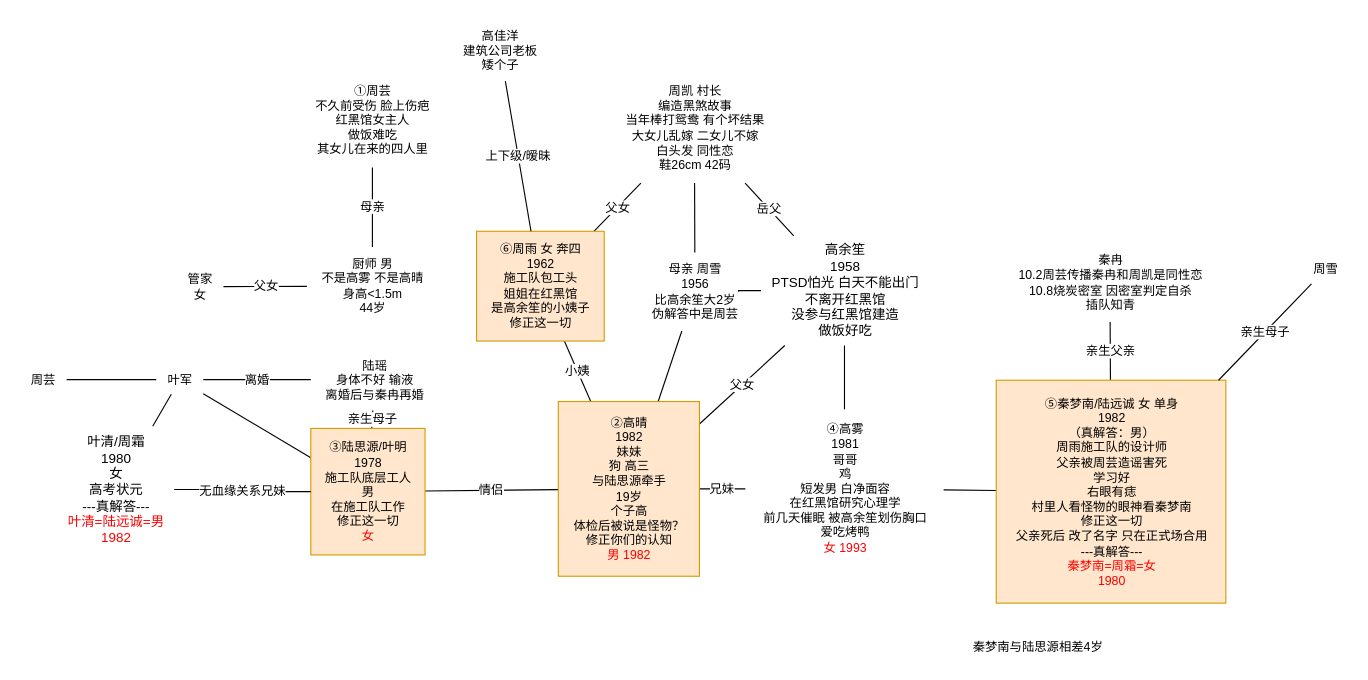
Above: page "红黑馆" (14 of 16) of 剧本杀人物关系【总图】.drawio in luboq/draw.io (draw.io), before the change. Source tidied: cells renumbered, new cells numbered last; positions are measured from the earlier drawing's top-left corner, leaving out a move shared by most shapes. Both pictures are drawn from the tidied source at 112%, with x=0, y=0 at pixel (19, 19).
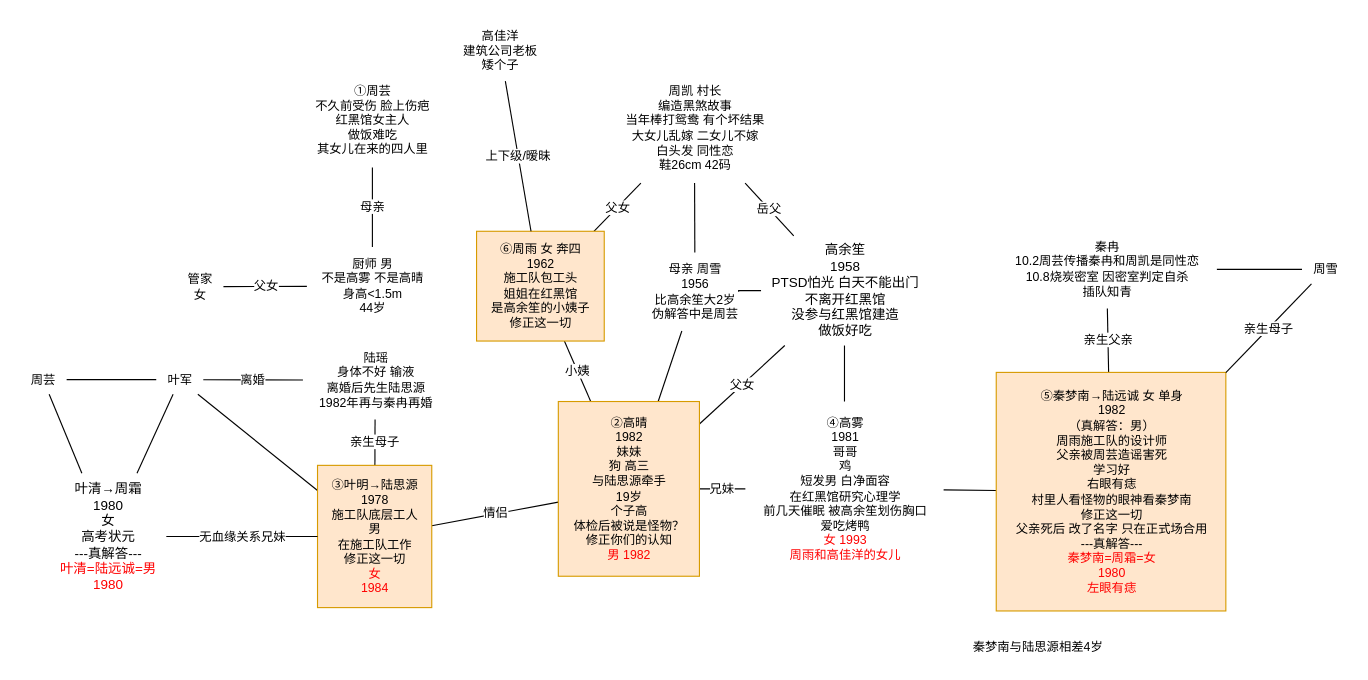
The same diagram, later.

Commit message:
更新剧本杀人物关系【总图】.drawio

The change refers to these unchanged cells:
```xml
<mxCell id="37" value="周芸" style="text;html=1;align=center;verticalAlign=middle;points=[];strokeColor=none;fillColor=none;fontSize=11;fontFamily=Helvetica;fontColor=default;" parent="1" vertex="1">
  <mxGeometry y="308.5" width="42" height="26" as="geometry" />
</mxCell>
<mxCell id="39" value="周雪" style="text;html=1;align=center;verticalAlign=middle;points=[];strokeColor=none;fillColor=none;fontSize=11;fontFamily=Helvetica;fontColor=default;" parent="1" vertex="1">
  <mxGeometry x="1145" y="210" width="42" height="26" as="geometry" />
</mxCell>
```

Diff of the diagram source:
```diff
@@
-    <mxCell id="16" value="④高雾&lt;br&gt;1981&lt;br&gt;哥哥&lt;br&gt;鸡&lt;br&gt;短发男 白净面容&lt;br&gt;在红黑馆研究心理学&lt;br&gt;前几天催眠 被高余笙划伤胸口&lt;br&gt;爱吃烤鸭&lt;br&gt;&lt;font color=&quot;#ff0000&quot;&gt;女 1993&lt;/font&gt;" style="text;html=1;align=center;verticalAlign=middle;points=[];strokeColor=none;fillColor=none;fontSize=11;fontFamily=Helvetica;fontColor=default;" parent="1" vertex="1">
-      <mxGeometry x="648" y="348" width="177" height="142" as="geometry" />
+    <mxCell id="16" value="④高雾&lt;br&gt;1981&lt;br&gt;哥哥&lt;br&gt;鸡&lt;br&gt;短发男 白净面容&lt;br&gt;在红黑馆研究心理学&lt;br&gt;前几天催眠 被高余笙划伤胸口&lt;br&gt;爱吃烤鸭&lt;br&gt;&lt;font color=&quot;#ff0000&quot;&gt;女 1993&lt;br&gt;周雨和高佳洋的女儿&lt;br&gt;&lt;/font&gt;" style="text;html=1;align=center;verticalAlign=middle;points=[];strokeColor=none;fillColor=none;fontSize=11;fontFamily=Helvetica;fontColor=default;" parent="1" vertex="1">
+      <mxGeometry x="648" y="341" width="177" height="156" as="geometry" />
     </mxCell>
@@
-    <mxCell id="19" value="③陆思源/叶明&lt;br&gt;1978&lt;br&gt;施工队底层工人&lt;br&gt;男&lt;br&gt;在施工队工作&lt;br&gt;修正这一切&lt;br&gt;&lt;font color=&quot;#ff0000&quot;&gt;女&lt;/font&gt;" style="text;html=1;align=center;verticalAlign=middle;points=[];strokeColor=#d79b00;fillColor=#ffe6cc;fontSize=11;fontFamily=Helvetica;" parent="1" vertex="1">
-      <mxGeometry x="260" y="365" width="102" height="113" as="geometry" />
+    <mxCell id="19" value="③叶明→陆思源&lt;br&gt;1978&lt;br&gt;施工队底层工人&lt;br&gt;男&lt;br&gt;在施工队工作&lt;br&gt;修正这一切&lt;br&gt;&lt;font color=&quot;#ff0000&quot;&gt;女&lt;br&gt;1984&lt;br&gt;&lt;/font&gt;" style="text;html=1;align=center;verticalAlign=middle;points=[];strokeColor=#d79b00;fillColor=#ffe6cc;fontSize=11;fontFamily=Helvetica;" parent="1" vertex="1">
+      <mxGeometry x="266" y="398" width="102" height="127" as="geometry" />
     </mxCell>
@@
-    <mxCell id="21" value="⑤秦梦南/陆远诚 女 单身&lt;br&gt;1982&lt;br&gt;（真解答：男）&lt;br&gt;&lt;div&gt;周雨施工队的设计师&lt;/div&gt;&lt;div&gt;父亲被周芸造谣害死&lt;/div&gt;&lt;div&gt;学习好&lt;/div&gt;&lt;div&gt;右眼有痣&lt;/div&gt;&lt;div&gt;村里人看怪物的眼神看秦梦南&lt;/div&gt;&lt;div&gt;修正这一切&lt;/div&gt;&lt;div&gt;父亲死后 改了名字 只在正式场合用&lt;/div&gt;&lt;div&gt;---真解答---&lt;br&gt;&lt;/div&gt;&lt;font color=&quot;#ff0000&quot;&gt;秦梦南=&lt;span style=&quot;background-color: initial;&quot;&gt;周霜=女&lt;br&gt;1980&lt;br&gt;&lt;/span&gt;&lt;/font&gt;" style="text;html=1;align=center;verticalAlign=middle;points=[];strokeColor=#d79b00;fillColor=#ffe6cc;fontSize=11;fontFamily=Helvetica;" parent="1" vertex="1">
-      <mxGeometry x="872" y="322" width="205" height="199" as="geometry" />
+    <mxCell id="21" value="⑤秦梦南→陆远诚 女 单身&lt;br&gt;1982&lt;br&gt;（真解答：男）&lt;br&gt;&lt;div&gt;周雨施工队的设计师&lt;/div&gt;&lt;div&gt;父亲被周芸造谣害死&lt;/div&gt;&lt;div&gt;学习好&lt;/div&gt;&lt;div&gt;右眼有痣&lt;/div&gt;&lt;div&gt;村里人看怪物的眼神看秦梦南&lt;/div&gt;&lt;div&gt;修正这一切&lt;/div&gt;&lt;div&gt;父亲死后 改了名字 只在正式场合用&lt;/div&gt;&lt;div&gt;---真解答---&lt;br&gt;&lt;/div&gt;&lt;font color=&quot;#ff0000&quot;&gt;秦梦南=&lt;span style=&quot;background-color: initial;&quot;&gt;周霜=女&lt;br&gt;1980&lt;br&gt;左眼有痣&lt;br&gt;&lt;/span&gt;&lt;/font&gt;" style="text;html=1;align=center;verticalAlign=middle;points=[];strokeColor=#d79b00;fillColor=#ffe6cc;fontSize=11;fontFamily=Helvetica;" parent="1" vertex="1">
+      <mxGeometry x="872" y="315" width="205" height="213" as="geometry" />
     </mxCell>
+    <mxCell id="43" style="edgeStyle=none;shape=connector;rounded=0;jettySize=auto;html=1;labelBackgroundColor=default;strokeColor=default;align=center;verticalAlign=middle;fontFamily=Helvetica;fontSize=11;fontColor=default;endArrow=none;endFill=0;" parent="1" edge="1" source="22" target="39">
+      <mxGeometry relative="1" as="geometry" />
+    </mxCell>
     <mxCell id="22" value="秦冉&lt;br&gt;10.2周芸传播秦冉和周凯是同性恋&lt;br&gt;10.8烧炭密室 因密室判定自杀&lt;br&gt;插队知青" style="text;html=1;align=center;verticalAlign=middle;points=[];strokeColor=none;fillColor=none;fontSize=11;fontFamily=Helvetica;fontColor=default;" parent="1" vertex="1">
-      <mxGeometry x="875" y="200" width="197" height="70" as="geometry" />
+      <mxGeometry x="872" y="188" width="197" height="70" as="geometry" />
     </mxCell>
@@
-    <mxCell id="31" value="陆瑶&lt;br&gt;身体不好 输液&lt;br&gt;离婚后与秦冉再婚" style="text;html=1;align=center;verticalAlign=middle;points=[];strokeColor=none;fillColor=none;fontSize=11;fontFamily=Helvetica;fontColor=default;" parent="1" vertex="1">
-      <mxGeometry x="260" y="294" width="114" height="55" as="geometry" />
+    <mxCell id="31" value="陆瑶&lt;br&gt;身体不好 输液&lt;br&gt;离婚后先生陆思源&lt;br&gt;1982年再与秦冉再婚" style="text;html=1;align=center;verticalAlign=middle;points=[];strokeColor=none;fillColor=none;fontSize=11;fontFamily=Helvetica;fontColor=default;" parent="1" vertex="1">
+      <mxGeometry x="253" y="287" width="129" height="70" as="geometry" />
     </mxCell>
@@
-    <mxCell id="36" value="叶清/周霜&lt;br&gt;1980&lt;br&gt;女&lt;br&gt;高考状元&lt;br&gt;---真解答---&lt;br&gt;&lt;font color=&quot;#ff0000&quot;&gt;叶清=陆远诚=男&lt;br&gt;1982&lt;br&gt;&lt;/font&gt;" style="text;html=1;align=center;verticalAlign=middle;points=[];strokeColor=none;fillColor=none;" parent="1" vertex="1">
-      <mxGeometry x="34" y="363" width="104" height="113" as="geometry" />
+    <mxCell id="36" value="叶清→周霜&lt;br&gt;1980&lt;br&gt;女&lt;br&gt;高考状元&lt;br&gt;---真解答---&lt;br&gt;&lt;font color=&quot;#ff0000&quot;&gt;叶清=陆远诚=男&lt;br&gt;1980&lt;br&gt;&lt;/font&gt;" style="text;html=1;align=center;verticalAlign=middle;points=[];strokeColor=none;fillColor=none;" parent="1" vertex="1">
+      <mxGeometry x="27" y="405" width="104" height="113" as="geometry" />
     </mxCell>
+    <mxCell id="44" style="edgeStyle=none;shape=connector;rounded=0;jettySize=auto;html=1;labelBackgroundColor=default;strokeColor=default;align=center;verticalAlign=middle;fontFamily=Helvetica;fontSize=11;fontColor=default;endArrow=none;endFill=0;" parent="1" edge="1" source="37" target="36">
+      <mxGeometry relative="1" as="geometry" />
+    </mxCell>
```
